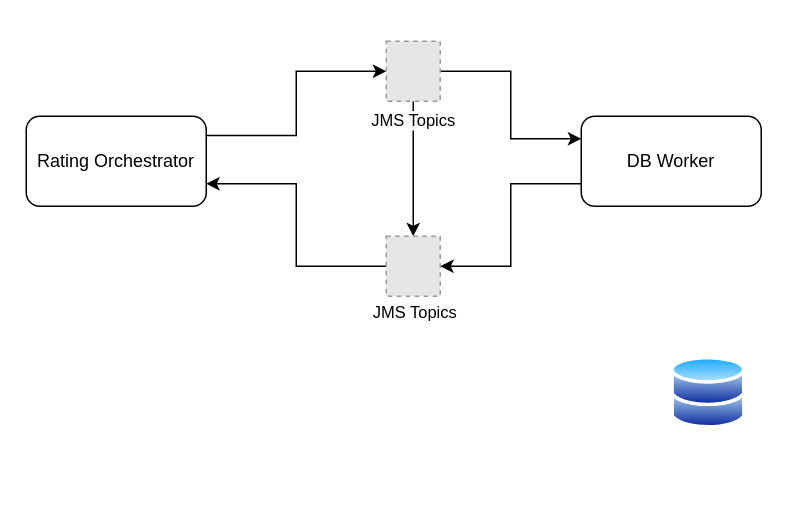
The draw.io diagram FDX_KT2.drawio in sachinborse/flow-diagrams, before the edit. Source tidied: cells renumbered, new cells numbered last; positions are measured from the earlier drawing's top-left corner, leaving out a move shared by most shapes. Both pictures are drawn from the tidied source at 150%, with x=0, y=0 at pixel (26, 40). Pictures stored in the file or linked from it are replaced by grey dashed boxes.
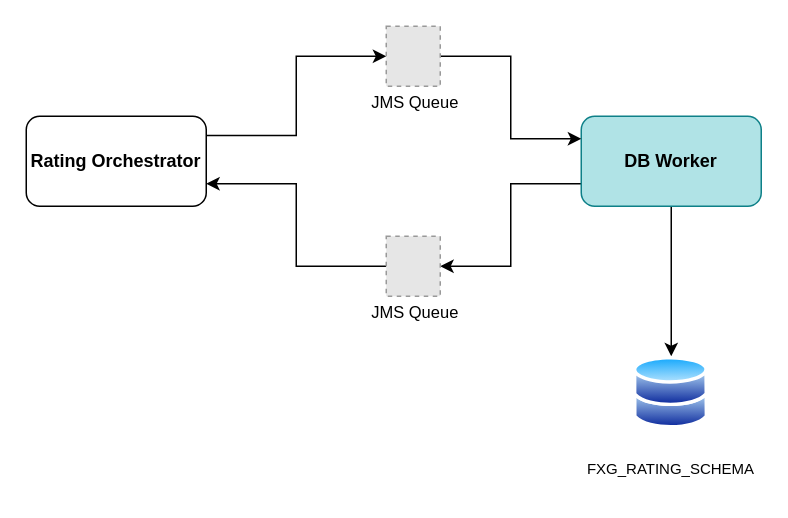
The same page after the edit.

Diff of the diagram source:
```diff
@@
 <mxGraphModel>
   <root>
     <mxCell id="0" />
     <mxCell id="1" parent="0" />
     <mxCell id="2" style="edgeStyle=orthogonalEdgeStyle;rounded=0;jettySize=auto;html=1;entryX=1;entryY=0.5;entryDx=0;entryDy=0;exitX=0;exitY=0.75;exitDx=0;exitDy=0;" parent="1" edge="1" source="3" target="12">
       <mxGeometry relative="1" as="geometry" />
     </mxCell>
+    <mxCell id="14" style="edgeStyle=orthogonalEdgeStyle;rounded=0;jettySize=auto;html=1;" parent="1" edge="1" source="3" target="6">
+      <mxGeometry relative="1" as="geometry" />
+    </mxCell>
-    <mxCell id="3" value="DB Worker" style="rounded=1;whiteSpace=wrap;html=1;" parent="1" vertex="1">
+    <mxCell id="3" value="&lt;b&gt;DB Worker&lt;/b&gt;" style="rounded=1;whiteSpace=wrap;html=1;fillColor=#b0e3e6;strokeColor=#0e8088;" parent="1" vertex="1">
       <mxGeometry x="370" y="50" width="120" height="60" as="geometry" />
     </mxCell>
     <mxCell id="4" style="edgeStyle=orthogonalEdgeStyle;rounded=0;jettySize=auto;html=1;entryX=0;entryY=0.5;entryDx=0;entryDy=0;exitX=0.997;exitY=0.214;exitDx=0;exitDy=0;exitPerimeter=0;" parent="1" edge="1" source="5" target="10">
       <mxGeometry relative="1" as="geometry" />
     </mxCell>
-    <mxCell id="5" value="Rating&amp;nbsp;Orchestrator" style="rounded=1;whiteSpace=wrap;html=1;" parent="1" vertex="1">
+    <mxCell id="5" value="&lt;b&gt;Rating&amp;nbsp;Orchestrator&lt;/b&gt;" style="rounded=1;whiteSpace=wrap;html=1;" parent="1" vertex="1">
       <mxGeometry y="50" width="120" height="60" as="geometry" />
     </mxCell>
     <mxCell id="6" style="image;perimeter=ellipsePerimeter;html=1;align=center;shadow=0;dashed=0;spacingTop=3;image=img/lib/active_directory/databases.svg;" parent="1" vertex="1">
-      <mxGeometry x="430" y="210" width="50" height="49" as="geometry" />
+      <mxGeometry x="405" y="210" width="50" height="49" as="geometry" />
     </mxCell>
     <mxCell id="7" style="edgeStyle=orthogonalEdgeStyle;rounded=0;jettySize=auto;html=1;entryX=0;entryY=0.25;entryDx=0;entryDy=0;" parent="1" edge="1" source="10" target="3">
       <mxGeometry relative="1" as="geometry" />
     </mxCell>
-    <mxCell id="8" style="edgeStyle=orthogonalEdgeStyle;rounded=0;jettySize=auto;html=1;" parent="1" edge="1" source="10" target="12">
-      <mxGeometry relative="1" as="geometry" />
-    </mxCell>
-    <mxCell id="9" value="JMS Topics" style="edgeLabel;html=1;align=center;verticalAlign=middle;" parent="8" vertex="1">
-      <mxGeometry x="-0.73" y="-1" relative="1" as="geometry" />
-    </mxCell>
     <mxCell id="10" style="fillColor=#E6E6E6;strokeColor=#999999;dashed=1;html=1;verticalLabelPosition=bottom;labelBackgroundColor=#ffffff;verticalAlign=top;" parent="1" vertex="1">
-      <mxGeometry x="240" width="36" height="40" as="geometry" />
+      <mxGeometry x="240" y="-10" width="36" height="40" as="geometry" />
     </mxCell>
     <mxCell id="11" style="edgeStyle=orthogonalEdgeStyle;rounded=0;jettySize=auto;html=1;entryX=1;entryY=0.75;entryDx=0;entryDy=0;" parent="1" edge="1" source="12" target="5">
       <mxGeometry relative="1" as="geometry" />
     </mxCell>
     <mxCell id="12" style="fillColor=#E6E6E6;strokeColor=#999999;dashed=1;html=1;verticalLabelPosition=bottom;labelBackgroundColor=#ffffff;verticalAlign=top;" parent="1" vertex="1">
       <mxGeometry x="240" y="130" width="36" height="40" as="geometry" />
     </mxCell>
-    <mxCell id="13" value="JMS Topics" style="edgeLabel;html=1;align=center;verticalAlign=middle;" parent="1" vertex="1">
+    <mxCell id="13" value="JMS Queue" style="edgeLabel;html=1;align=center;verticalAlign=middle;" parent="1" vertex="1">
       <mxGeometry x="258" y="180" as="geometry" />
     </mxCell>
+    <mxCell id="15" value="JMS Queue" style="edgeLabel;html=1;align=center;verticalAlign=middle;" parent="1" vertex="1">
+      <mxGeometry x="258" y="40" as="geometry" />
+    </mxCell>
+    <mxCell id="16" value="&lt;font style=&quot;font-size: 10px;&quot;&gt;FXG_RATING_SCHEMA&lt;/font&gt;" style="text;html=1;strokeColor=none;fillColor=none;align=center;verticalAlign=middle;whiteSpace=wrap;rounded=0;" parent="1" vertex="1">
+      <mxGeometry x="400" y="270" width="60" height="30" as="geometry" />
+    </mxCell>
   </root>
 </mxGraphModel>
```
